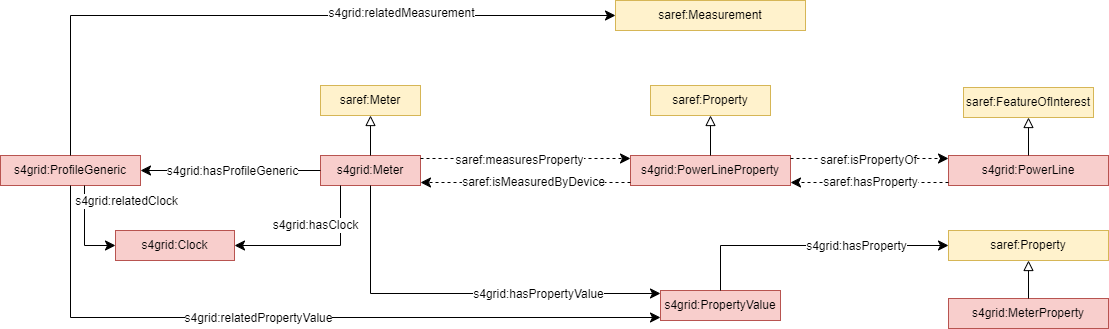
Before: documentation/diagrams/SAREF4GRID_Overview_2.png, a diagram exported from draw.io (Sergio-Carulli/saref4grid). Source tidied: cells renumbered, new cells last; positions are measured from the earlier drawing's top-left corner, leaving out a move shared by most shapes.
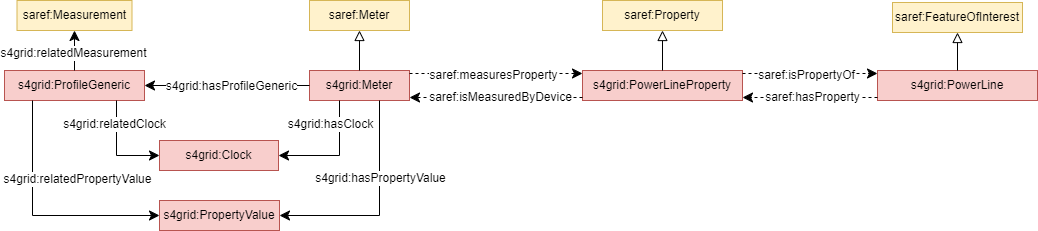
Above is the later version.

Diff of the diagram source:
```diff
@@ -3,25 +3,25 @@
     <mxCell id="0" />
     <mxCell id="1" parent="0" />
     <mxCell id="2" value="s4grid:PowerLineProperty" style="rounded=0;whiteSpace=wrap;html=1;snapToPoint=1;points=[[0.1,0],[0.2,0],[0.3,0],[0.4,0],[0.5,0],[0.6,0],[0.7,0],[0.8,0],[0.9,0],[0,0.1],[0,0.3],[0,0.5],[0,0.7],[0,0.9],[0.1,1],[0.2,1],[0.3,1],[0.4,1],[0.5,1],[0.6,1],[0.7,1],[0.8,1],[0.9,1],[1,0.1],[1,0.3],[1,0.5],[1,0.7],[1,0.9]];fillColor=#f8cecc;strokeColor=#b85450;" parent="1" vertex="1">
-      <mxGeometry x="630" y="155" width="160" height="30" as="geometry" />
+      <mxGeometry x="573" y="480" width="160" height="30" as="geometry" />
     </mxCell>
     <mxCell id="3" value="s4grid:PowerLine" style="rounded=0;whiteSpace=wrap;html=1;snapToPoint=1;points=[[0.1,0],[0.2,0],[0.3,0],[0.4,0],[0.5,0],[0.6,0],[0.7,0],[0.8,0],[0.9,0],[0,0.1],[0,0.3],[0,0.5],[0,0.7],[0,0.9],[0.1,1],[0.2,1],[0.3,1],[0.4,1],[0.5,1],[0.6,1],[0.7,1],[0.8,1],[0.9,1],[1,0.1],[1,0.3],[1,0.5],[1,0.7],[1,0.9]];fillColor=#f8cecc;strokeColor=#b85450;" parent="1" vertex="1">
-      <mxGeometry x="948" y="155" width="160" height="30" as="geometry" />
+      <mxGeometry x="868" y="480" width="160" height="30" as="geometry" />
     </mxCell>
     <mxCell id="4" value="saref:Measurement" style="rounded=0;whiteSpace=wrap;html=1;snapToPoint=1;points=[[0.1,0],[0.2,0],[0.3,0],[0.4,0],[0.5,0],[0.6,0],[0.7,0],[0.8,0],[0.9,0],[0,0.1],[0,0.3],[0,0.5],[0,0.7],[0,0.9],[0.1,1],[0.2,1],[0.3,1],[0.4,1],[0.5,1],[0.6,1],[0.7,1],[0.8,1],[0.9,1],[1,0.1],[1,0.3],[1,0.5],[1,0.7],[1,0.9]];fillColor=#fff2cc;strokeColor=#d6b656;" parent="1" vertex="1">
-      <mxGeometry x="615" width="190" height="30" as="geometry" />
+      <mxGeometry x="7.5" y="410" width="115" height="30" as="geometry" />
     </mxCell>
     <mxCell id="5" value="saref:Property" style="rounded=0;whiteSpace=wrap;html=1;snapToPoint=1;points=[[0.1,0],[0.2,0],[0.3,0],[0.4,0],[0.5,0],[0.6,0],[0.7,0],[0.8,0],[0.9,0],[0,0.1],[0,0.3],[0,0.5],[0,0.7],[0,0.9],[0.1,1],[0.2,1],[0.3,1],[0.4,1],[0.5,1],[0.6,1],[0.7,1],[0.8,1],[0.9,1],[1,0.1],[1,0.3],[1,0.5],[1,0.7],[1,0.9]];fillColor=#fff2cc;strokeColor=#d6b656;" parent="1" vertex="1">
-      <mxGeometry x="650" y="85" width="120" height="30" as="geometry" />
+      <mxGeometry x="593" y="410" width="120" height="30" as="geometry" />
     </mxCell>
     <mxCell id="6" value="saref:FeatureOfInterest" style="rounded=0;whiteSpace=wrap;html=1;snapToPoint=1;points=[[0.1,0],[0.2,0],[0.3,0],[0.4,0],[0.5,0],[0.6,0],[0.7,0],[0.8,0],[0.9,0],[0,0.1],[0,0.3],[0,0.5],[0,0.7],[0,0.9],[0.1,1],[0.2,1],[0.3,1],[0.4,1],[0.5,1],[0.6,1],[0.7,1],[0.8,1],[0.9,1],[1,0.1],[1,0.3],[1,0.5],[1,0.7],[1,0.9]];fillColor=#fff2cc;strokeColor=#d6b656;" parent="1" vertex="1">
-      <mxGeometry x="963" y="87" width="130" height="30" as="geometry" />
+      <mxGeometry x="883" y="412" width="130" height="30" as="geometry" />
     </mxCell>
     <mxCell id="7" value="saref:Meter" style="rounded=0;whiteSpace=wrap;html=1;snapToPoint=1;points=[[0.1,0],[0.2,0],[0.3,0],[0.4,0],[0.5,0],[0.6,0],[0.7,0],[0.8,0],[0.9,0],[0,0.1],[0,0.3],[0,0.5],[0,0.7],[0,0.9],[0.1,1],[0.2,1],[0.3,1],[0.4,1],[0.5,1],[0.6,1],[0.7,1],[0.8,1],[0.9,1],[1,0.1],[1,0.3],[1,0.5],[1,0.7],[1,0.9]];fillColor=#fff2cc;strokeColor=#d6b656;" parent="1" vertex="1">
-      <mxGeometry x="320" y="85" width="100" height="30" as="geometry" />
+      <mxGeometry x="300" y="410" width="100" height="30" as="geometry" />
     </mxCell>
     <mxCell id="8" value="s4grid:Meter" style="rounded=0;whiteSpace=wrap;html=1;snapToPoint=1;points=[[0.1,0],[0.2,0],[0.3,0],[0.4,0],[0.5,0],[0.6,0],[0.7,0],[0.8,0],[0.9,0],[0,0.1],[0,0.3],[0,0.5],[0,0.7],[0,0.9],[0.1,1],[0.2,1],[0.3,1],[0.4,1],[0.5,1],[0.6,1],[0.7,1],[0.8,1],[0.9,1],[1,0.1],[1,0.3],[1,0.5],[1,0.7],[1,0.9]];fillColor=#f8cecc;strokeColor=#b85450;" parent="1" vertex="1">
-      <mxGeometry x="320" y="155" width="100" height="30" as="geometry" />
+      <mxGeometry x="300" y="480" width="100" height="30" as="geometry" />
     </mxCell>
     <mxCell id="9" style="endArrow=block;html=1;fontColor=#000099;exitX=0.5;exitY=0;exitDx=0;exitDy=0;endFill=0;entryX=0.5;entryY=1;entryDx=0;entryDy=0;endSize=8;arcSize=0;rounded=0;" parent="1" edge="1" source="8" target="7">
       <mxGeometry relative="1" as="geometry" />
@@ -31,7 +31,7 @@
     </mxCell>
     <mxCell id="11" value="&lt;div style=&quot;font-size: 12px;&quot;&gt;saref:isPropertyOf&lt;/div&gt;" style="edgeLabel;html=1;align=center;verticalAlign=middle;fontSize=12;" parent="10" vertex="1">
       <mxGeometry x="-0.19" y="-1" relative="1" as="geometry">
-        <mxPoint x="13" as="offset" />
+        <mxPoint x="8" as="offset" />
       </mxGeometry>
     </mxCell>
     <mxCell id="12" style="endArrow=classic;html=1;exitX=0;exitY=0.9;exitDx=0;exitDy=0;entryX=1;entryY=0.9;entryDx=0;entryDy=0;endSize=8;dashed=1;arcSize=0;rounded=0;" parent="1" edge="1" source="3" target="2">
@@ -39,7 +39,7 @@
     </mxCell>
     <mxCell id="13" value="&lt;div style=&quot;font-size: 12px;&quot;&gt;saref:hasProperty&lt;/div&gt;" style="edgeLabel;html=1;align=center;verticalAlign=middle;fontSize=12;" parent="12" vertex="1">
       <mxGeometry x="-0.19" y="-1" relative="1" as="geometry">
-        <mxPoint x="-15" as="offset" />
+        <mxPoint x="-11" as="offset" />
       </mxGeometry>
     </mxCell>
     <mxCell id="14" style="endArrow=classic;html=1;exitX=1;exitY=0.1;exitDx=0;exitDy=0;entryX=0;entryY=0.1;entryDx=0;entryDy=0;endSize=8;dashed=1;arcSize=0;rounded=0;" parent="1" edge="1" source="8" target="2">
@@ -65,80 +65,61 @@
       <mxGeometry relative="1" as="geometry" />
     </mxCell>
     <mxCell id="20" value="s4grid:PropertyValue" style="rounded=0;whiteSpace=wrap;html=1;snapToPoint=1;points=[[0.1,0],[0.2,0],[0.3,0],[0.4,0],[0.5,0],[0.6,0],[0.7,0],[0.8,0],[0.9,0],[0,0.1],[0,0.3],[0,0.5],[0,0.7],[0,0.9],[0.1,1],[0.2,1],[0.3,1],[0.4,1],[0.5,1],[0.6,1],[0.7,1],[0.8,1],[0.9,1],[1,0.1],[1,0.3],[1,0.5],[1,0.7],[1,0.9]];fillColor=#f8cecc;strokeColor=#b85450;" parent="1" vertex="1">
-      <mxGeometry x="660" y="290" width="120" height="30" as="geometry" />
+      <mxGeometry x="150" y="610" width="120" height="30" as="geometry" />
     </mxCell>
-    <mxCell id="21" style="endArrow=classic;html=1;exitX=0.5;exitY=1;exitDx=0;exitDy=0;entryX=0;entryY=0.1;entryDx=0;entryDy=0;endSize=8;arcSize=0;rounded=0;edgeStyle=orthogonalEdgeStyle;" parent="1" edge="1" source="8" target="20">
-      <mxGeometry relative="1" as="geometry" />
+    <mxCell id="21" value="s4grid:ProfileGeneric" style="rounded=0;whiteSpace=wrap;html=1;snapToPoint=1;points=[[0.1,0],[0.2,0],[0.3,0],[0.4,0],[0.5,0],[0.6,0],[0.7,0],[0.8,0],[0.9,0],[0,0.1],[0,0.3],[0,0.5],[0,0.7],[0,0.9],[0.1,1],[0.2,1],[0.3,1],[0.4,1],[0.5,1],[0.6,1],[0.7,1],[0.8,1],[0.9,1],[1,0.1],[1,0.3],[1,0.5],[1,0.7],[1,0.9]];fillColor=#f8cecc;strokeColor=#b85450;" parent="1" vertex="1">
+      <mxGeometry x="-5" y="480" width="140" height="30" as="geometry" />
     </mxCell>
-    <mxCell id="22" value="&lt;div&gt;s4grid:hasPropertyValue&lt;/div&gt;" style="text;html=1;align=center;verticalAlign=middle;labelBackgroundColor=#ffffff;" parent="21" vertex="1">
-      <mxGeometry x="-0.13" relative="1" as="geometry">
-        <mxPoint x="101" as="offset" />
-      </mxGeometry>
+    <mxCell id="22" style="endArrow=classic;html=1;exitX=0;exitY=0.5;exitDx=0;exitDy=0;entryX=1;entryY=0.5;entryDx=0;entryDy=0;endSize=8;arcSize=0;rounded=0;" parent="1" edge="1" source="8" target="21">
+      <mxGeometry relative="1" as="geometry" />
     </mxCell>
-    <mxCell id="23" value="saref:Property" style="rounded=0;whiteSpace=wrap;html=1;snapToPoint=1;points=[[0.1,0],[0.2,0],[0.3,0],[0.4,0],[0.5,0],[0.6,0],[0.7,0],[0.8,0],[0.9,0],[0,0.1],[0,0.3],[0,0.5],[0,0.7],[0,0.9],[0.1,1],[0.2,1],[0.3,1],[0.4,1],[0.5,1],[0.6,1],[0.7,1],[0.8,1],[0.9,1],[1,0.1],[1,0.3],[1,0.5],[1,0.7],[1,0.9]];fillColor=#fff2cc;strokeColor=#d6b656;" parent="1" vertex="1">
-      <mxGeometry x="948" y="230" width="160" height="30" as="geometry" />
+    <mxCell id="23" value="&lt;div&gt;s4grid:hasProfileGeneric&lt;/div&gt;" style="text;html=1;align=center;verticalAlign=middle;points=[];labelBackgroundColor=#ffffff;" parent="22" vertex="1">
+      <mxGeometry x="-0.13" relative="1" as="geometry">
+        <mxPoint x="-7" as="offset" />
+      </mxGeometry>
     </mxCell>
-    <mxCell id="24" style="endArrow=classic;html=1;exitX=0.5;exitY=0;exitDx=0;exitDy=0;entryX=0;entryY=0.5;entryDx=0;entryDy=0;endSize=8;arcSize=0;rounded=0;edgeStyle=orthogonalEdgeStyle;" parent="1" edge="1" source="20" target="23">
+    <mxCell id="24" style="endArrow=classic;html=1;exitX=0.5;exitY=0;exitDx=0;exitDy=0;entryX=0.5;entryY=1;entryDx=0;entryDy=0;endSize=8;arcSize=0;rounded=0;" parent="1" edge="1" source="21" target="4">
       <mxGeometry relative="1" as="geometry" />
     </mxCell>
-    <mxCell id="25" value="&lt;div&gt;s4grid:hasProperty&lt;/div&gt;" style="text;html=1;align=center;verticalAlign=middle;labelBackgroundColor=#ffffff;" parent="24" vertex="1">
+    <mxCell id="25" value="&lt;div&gt;s4grid:relatedMeasurement&lt;/div&gt;" style="text;html=1;align=center;verticalAlign=middle;labelBackgroundColor=#ffffff;" parent="24" vertex="1">
       <mxGeometry x="-0.13" relative="1" as="geometry">
-        <mxPoint x="61" as="offset" />
+        <mxPoint x="-2" y="-1" as="offset" />
       </mxGeometry>
     </mxCell>
-    <mxCell id="26" value="s4grid:ProfileGeneric" style="rounded=0;whiteSpace=wrap;html=1;snapToPoint=1;points=[[0.1,0],[0.2,0],[0.3,0],[0.4,0],[0.5,0],[0.6,0],[0.7,0],[0.8,0],[0.9,0],[0,0.1],[0,0.3],[0,0.5],[0,0.7],[0,0.9],[0.1,1],[0.2,1],[0.3,1],[0.4,1],[0.5,1],[0.6,1],[0.7,1],[0.8,1],[0.9,1],[1,0.1],[1,0.3],[1,0.5],[1,0.7],[1,0.9]];fillColor=#f8cecc;strokeColor=#b85450;" parent="1" vertex="1">
-      <mxGeometry y="155" width="140" height="30" as="geometry" />
+    <mxCell id="26" value="s4grid:Clock" style="rounded=0;whiteSpace=wrap;html=1;snapToPoint=1;points=[[0.1,0],[0.2,0],[0.3,0],[0.4,0],[0.5,0],[0.6,0],[0.7,0],[0.8,0],[0.9,0],[0,0.1],[0,0.3],[0,0.5],[0,0.7],[0,0.9],[0.1,1],[0.2,1],[0.3,1],[0.4,1],[0.5,1],[0.6,1],[0.7,1],[0.8,1],[0.9,1],[1,0.1],[1,0.3],[1,0.5],[1,0.7],[1,0.9]];fillColor=#f8cecc;strokeColor=#b85450;" parent="1" vertex="1">
+      <mxGeometry x="150" y="550" width="119" height="30" as="geometry" />
     </mxCell>
-    <mxCell id="27" style="endArrow=classic;html=1;exitX=0;exitY=0.5;exitDx=0;exitDy=0;entryX=1;entryY=0.5;entryDx=0;entryDy=0;endSize=8;arcSize=0;rounded=0;" parent="1" edge="1" source="8" target="26">
+    <mxCell id="27" style="endArrow=classic;html=1;exitX=0.8;exitY=1;exitDx=0;exitDy=0;endSize=8;arcSize=0;rounded=0;entryX=0;entryY=0.5;entryDx=0;entryDy=0;edgeStyle=orthogonalEdgeStyle;" parent="1" edge="1" source="21" target="26">
       <mxGeometry relative="1" as="geometry" />
     </mxCell>
-    <mxCell id="28" value="&lt;div&gt;s4grid:hasProfileGeneric&lt;/div&gt;" style="text;html=1;align=center;verticalAlign=middle;labelBackgroundColor=#ffffff;" parent="27" vertex="1">
+    <mxCell id="28" value="&lt;div&gt;s4grid:relatedClock&lt;/div&gt;" style="text;html=1;align=center;verticalAlign=middle;labelBackgroundColor=#ffffff;" parent="27" vertex="1">
       <mxGeometry x="-0.13" relative="1" as="geometry">
-        <mxPoint x="-10" as="offset" />
+        <mxPoint x="-3" y="-20" as="offset" />
       </mxGeometry>
     </mxCell>
-    <mxCell id="29" style="endArrow=classic;html=1;exitX=0.5;exitY=1;exitDx=0;exitDy=0;entryX=0;entryY=0.9;entryDx=0;entryDy=0;endSize=8;arcSize=0;rounded=0;edgeStyle=orthogonalEdgeStyle;" parent="1" edge="1" source="26" target="20">
+    <mxCell id="29" style="endArrow=classic;html=1;exitX=0.2;exitY=1;exitDx=0;exitDy=0;entryX=0;entryY=0.5;entryDx=0;entryDy=0;endSize=8;arcSize=0;rounded=0;edgeStyle=orthogonalEdgeStyle;" parent="1" edge="1" source="21" target="20">
       <mxGeometry relative="1" as="geometry" />
     </mxCell>
     <mxCell id="30" value="&lt;div&gt;s4grid:relatedPropertyValue&lt;/div&gt;" style="text;html=1;align=center;verticalAlign=middle;labelBackgroundColor=#ffffff;" parent="29" vertex="1">
       <mxGeometry x="-0.13" relative="1" as="geometry">
-        <mxPoint x="4" as="offset" />
+        <mxPoint x="44" y="-28" as="offset" />
       </mxGeometry>
     </mxCell>
-    <mxCell id="31" style="endArrow=classic;html=1;exitX=0.5;exitY=0;exitDx=0;exitDy=0;entryX=0;entryY=0.5;entryDx=0;entryDy=0;endSize=8;arcSize=0;rounded=0;edgeStyle=orthogonalEdgeStyle;" parent="1" edge="1" source="26" target="4">
+    <mxCell id="31" style="endArrow=classic;html=1;exitX=0.3;exitY=1;exitDx=0;exitDy=0;endSize=8;arcSize=0;rounded=0;edgeStyle=orthogonalEdgeStyle;entryX=1;entryY=0.5;entryDx=0;entryDy=0;" parent="1" edge="1" source="8" target="26">
       <mxGeometry relative="1" as="geometry" />
     </mxCell>
-    <mxCell id="32" value="&lt;div&gt;s4grid:relatedMeasurement&lt;/div&gt;" style="text;html=1;align=center;verticalAlign=middle;labelBackgroundColor=#ffffff;" parent="31" vertex="1">
+    <mxCell id="32" value="&lt;div&gt;s4grid:hasClock&lt;/div&gt;" style="text;html=1;align=center;verticalAlign=middle;labelBackgroundColor=#ffffff;" parent="31" vertex="1">
       <mxGeometry x="-0.13" relative="1" as="geometry">
-        <mxPoint x="171" y="-3" as="offset" />
+        <mxPoint x="-10" y="-28" as="offset" />
       </mxGeometry>
     </mxCell>
-    <mxCell id="33" style="endArrow=classic;html=1;exitX=0.6;exitY=1;exitDx=0;exitDy=0;endSize=8;arcSize=0;rounded=0;entryX=0;entryY=0.5;entryDx=0;entryDy=0;edgeStyle=orthogonalEdgeStyle;" parent="1" edge="1" source="26" target="35">
+    <mxCell id="33" style="endArrow=classic;html=1;entryX=1;entryY=0.5;entryDx=0;entryDy=0;endSize=8;arcSize=0;rounded=0;edgeStyle=orthogonalEdgeStyle;exitX=0.7;exitY=1;exitDx=0;exitDy=0;" parent="1" edge="1" source="8" target="20">
       <mxGeometry relative="1" as="geometry" />
     </mxCell>
-    <mxCell id="34" value="&lt;div&gt;s4grid:relatedClock&lt;/div&gt;" style="text;html=1;align=center;verticalAlign=middle;labelBackgroundColor=#ffffff;" parent="33" vertex="1">
+    <mxCell id="34" value="&lt;div&gt;s4grid:hasPropertyValue&lt;/div&gt;" style="text;html=1;align=center;verticalAlign=middle;labelBackgroundColor=#ffffff;" parent="33" vertex="1">
       <mxGeometry x="-0.13" relative="1" as="geometry">
-        <mxPoint x="41" y="-25" as="offset" />
+        <mxPoint y="-17" as="offset" />
       </mxGeometry>
     </mxCell>
-    <mxCell id="35" value="s4grid:Clock" style="rounded=0;whiteSpace=wrap;html=1;snapToPoint=1;points=[[0.1,0],[0.2,0],[0.3,0],[0.4,0],[0.5,0],[0.6,0],[0.7,0],[0.8,0],[0.9,0],[0,0.1],[0,0.3],[0,0.5],[0,0.7],[0,0.9],[0.1,1],[0.2,1],[0.3,1],[0.4,1],[0.5,1],[0.6,1],[0.7,1],[0.8,1],[0.9,1],[1,0.1],[1,0.3],[1,0.5],[1,0.7],[1,0.9]];fillColor=#f8cecc;strokeColor=#b85450;" parent="1" vertex="1">
-      <mxGeometry x="115" y="230" width="119" height="30" as="geometry" />
-    </mxCell>
-    <mxCell id="36" style="endArrow=classic;html=1;exitX=0.2;exitY=1;exitDx=0;exitDy=0;endSize=8;arcSize=0;rounded=0;edgeStyle=orthogonalEdgeStyle;entryX=1;entryY=0.5;entryDx=0;entryDy=0;" parent="1" edge="1" source="8" target="35">
-      <mxGeometry relative="1" as="geometry" />
-    </mxCell>
-    <mxCell id="37" value="&lt;div&gt;s4grid:hasClock&lt;/div&gt;" style="text;html=1;align=center;verticalAlign=middle;labelBackgroundColor=#ffffff;" parent="36" vertex="1">
-      <mxGeometry x="-0.13" relative="1" as="geometry">
-        <mxPoint x="-14" y="-21" as="offset" />
-      </mxGeometry>
-    </mxCell>
-    <mxCell id="38" value="s4grid:MeterProperty" style="rounded=0;whiteSpace=wrap;html=1;snapToPoint=1;points=[[0.1,0],[0.2,0],[0.3,0],[0.4,0],[0.5,0],[0.6,0],[0.7,0],[0.8,0],[0.9,0],[0,0.1],[0,0.3],[0,0.5],[0,0.7],[0,0.9],[0.1,1],[0.2,1],[0.3,1],[0.4,1],[0.5,1],[0.6,1],[0.7,1],[0.8,1],[0.9,1],[1,0.1],[1,0.3],[1,0.5],[1,0.7],[1,0.9]];fillColor=#f8cecc;strokeColor=#b85450;" parent="1" vertex="1">
-      <mxGeometry x="948" y="298" width="160" height="30" as="geometry" />
-    </mxCell>
-    <mxCell id="39" style="endArrow=block;html=1;fontColor=#000099;endFill=0;endSize=8;arcSize=0;rounded=0;exitX=0.5;exitY=0;exitDx=0;exitDy=0;entryX=0.5;entryY=1;entryDx=0;entryDy=0;" parent="1" edge="1" source="38">
-      <mxGeometry relative="1" as="geometry">
-        <mxPoint x="1028" y="260" as="targetPoint" />
-      </mxGeometry>
-    </mxCell>
   </root>
 </mxGraphModel>
```
